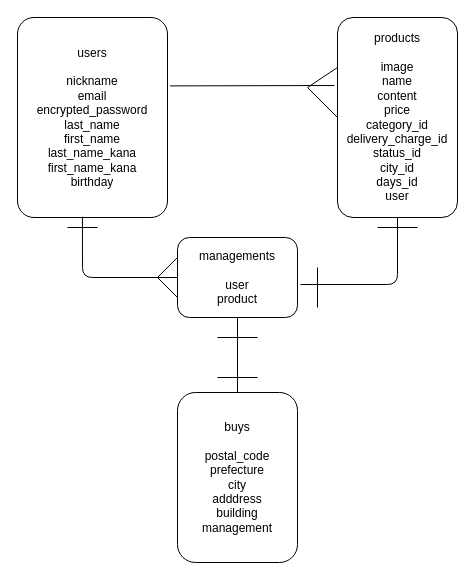
Earlier version of the draw.io diagram furima.drawio (konoha1230/furima-32358). Source tidied: cells renumbered, new cells numbered last; positions are measured from the earlier drawing's top-left corner, leaving out a move shared by most shapes. Both pictures are drawn from the tidied source at 100%, with x=0, y=0 at pixel (17, 17).
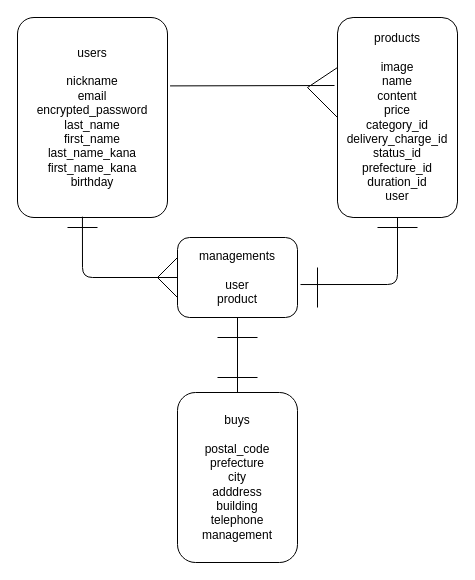
Above is the later version.

Commit message (it also covers changes not shown here):
ER図とREADMEの4度目の修正

Diff of the diagram source:
```diff
@@
-    <mxCell id="3" value="products&lt;br&gt;&lt;br&gt;image&lt;br&gt;name&lt;br&gt;content&lt;br&gt;price&lt;br&gt;category_id&lt;br&gt;delivery_charge_id&lt;br&gt;status_id&lt;br&gt;city_id&lt;br&gt;days_id&lt;br&gt;user" style="rounded=1;whiteSpace=wrap;html=1;arcSize=13;align=center;" parent="1" vertex="1">
+    <mxCell id="3" value="products&lt;br&gt;&lt;br&gt;image&lt;br&gt;name&lt;br&gt;content&lt;br&gt;price&lt;br&gt;category_id&lt;br&gt;delivery_charge_id&lt;br&gt;status_id&lt;br&gt;prefecture_id&lt;br&gt;duration_id&lt;br&gt;user" style="rounded=1;whiteSpace=wrap;html=1;arcSize=13;align=center;" parent="1" vertex="1">
       <mxGeometry x="320" width="120" height="200" as="geometry" />
     </mxCell>
-    <mxCell id="4" value="buys&lt;br&gt;&lt;br&gt;postal_code&lt;br&gt;prefecture&lt;br&gt;city&lt;br&gt;adddress&lt;br&gt;building&lt;br&gt;management" style="rounded=1;whiteSpace=wrap;html=1;align=center;" parent="1" vertex="1">
+    <mxCell id="4" value="buys&lt;br&gt;&lt;br&gt;postal_code&lt;br&gt;prefecture&lt;br&gt;city&lt;br&gt;adddress&lt;br&gt;building&lt;br&gt;telephone&lt;br&gt;management" style="rounded=1;whiteSpace=wrap;html=1;align=center;" parent="1" vertex="1">
       <mxGeometry x="160" y="375" width="120" height="170" as="geometry" />
     </mxCell>
```
